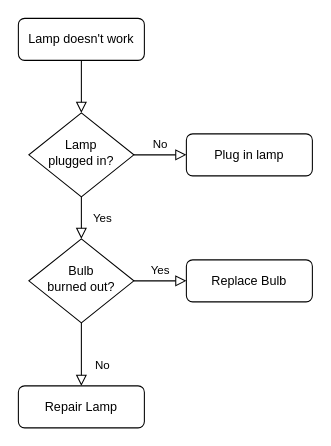
This is 未命名绘图.drawio from yumengmeng0/drowio-files, a draw.io file, before an edit. Source tidied: cells renumbered, new cells numbered last; positions are measured from the earlier drawing's top-left corner, leaving out a move shared by most shapes. Both pictures are drawn from the tidied source at 105%, with x=0, y=0 at pixel (18, 18).
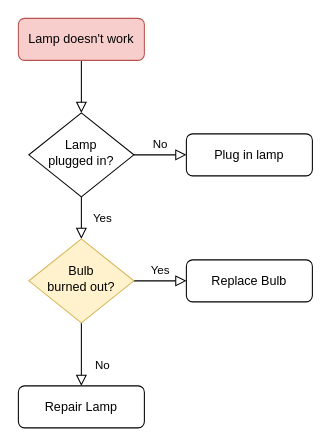
After the change.

Commit message:
更新未命名绘图.drawio

Change to the diagram source:
```diff
@@
 <mxGraphModel>
   <root>
     <mxCell id="0" />
     <mxCell id="1" parent="0" />
     <mxCell id="2" style="rounded=0;html=1;jettySize=auto;fontSize=11;endArrow=block;endFill=0;endSize=8;strokeWidth=1;shadow=0;labelBackgroundColor=none;edgeStyle=orthogonalEdgeStyle;" parent="1" edge="1" source="3" target="6">
       <mxGeometry relative="1" as="geometry" />
     </mxCell>
-    <mxCell id="3" value="Lamp doesn't work" style="rounded=1;whiteSpace=wrap;html=1;fontSize=12;glass=0;strokeWidth=1;shadow=0;" parent="1" vertex="1">
+    <mxCell id="3" value="Lamp doesn't work" style="rounded=1;whiteSpace=wrap;html=1;fontSize=12;glass=0;strokeWidth=1;shadow=0;fillColor=#f8cecc;strokeColor=#b85450;" parent="1" vertex="1">
       <mxGeometry width="120" height="40" as="geometry" />
     </mxCell>
     <mxCell id="4" value="Yes" style="rounded=0;html=1;jettySize=auto;fontSize=11;endArrow=block;endFill=0;endSize=8;strokeWidth=1;shadow=0;labelBackgroundColor=none;edgeStyle=orthogonalEdgeStyle;" parent="1" edge="1" source="6" target="10">
       <mxGeometry y="20" relative="1" as="geometry" />
     </mxCell>
     <mxCell id="5" value="No" style="edgeStyle=orthogonalEdgeStyle;rounded=0;html=1;jettySize=auto;fontSize=11;endArrow=block;endFill=0;endSize=8;strokeWidth=1;shadow=0;labelBackgroundColor=none;" parent="1" edge="1" source="6" target="7">
       <mxGeometry y="10" relative="1" as="geometry" />
     </mxCell>
     <mxCell id="6" value="Lamp&lt;br&gt;plugged in?" style="rhombus;whiteSpace=wrap;html=1;shadow=0;fontFamily=Helvetica;fontSize=12;align=center;strokeWidth=1;spacing=6;spacingTop=-4;" parent="1" vertex="1">
       <mxGeometry x="10" y="90" width="100" height="80" as="geometry" />
     </mxCell>
     <mxCell id="7" value="Plug in lamp" style="rounded=1;whiteSpace=wrap;html=1;fontSize=12;glass=0;strokeWidth=1;shadow=0;" parent="1" vertex="1">
       <mxGeometry x="160" y="110" width="120" height="40" as="geometry" />
     </mxCell>
     <mxCell id="8" value="No" style="rounded=0;html=1;jettySize=auto;fontSize=11;endArrow=block;endFill=0;endSize=8;strokeWidth=1;shadow=0;labelBackgroundColor=none;edgeStyle=orthogonalEdgeStyle;" parent="1" edge="1" source="10" target="11">
       <mxGeometry x="0.33" y="20" relative="1" as="geometry" />
     </mxCell>
     <mxCell id="9" value="Yes" style="edgeStyle=orthogonalEdgeStyle;rounded=0;html=1;jettySize=auto;fontSize=11;endArrow=block;endFill=0;endSize=8;strokeWidth=1;shadow=0;labelBackgroundColor=none;" parent="1" edge="1" source="10" target="12">
       <mxGeometry y="10" relative="1" as="geometry" />
     </mxCell>
-    <mxCell id="10" value="Bulb&lt;br&gt;burned out?" style="rhombus;whiteSpace=wrap;html=1;shadow=0;fontFamily=Helvetica;fontSize=12;align=center;strokeWidth=1;spacing=6;spacingTop=-4;" parent="1" vertex="1">
+    <mxCell id="10" value="Bulb&lt;br&gt;burned out?" style="rhombus;whiteSpace=wrap;html=1;shadow=0;fontFamily=Helvetica;fontSize=12;align=center;strokeWidth=1;spacing=6;spacingTop=-4;fillColor=#fff2cc;strokeColor=#d6b656;" parent="1" vertex="1">
       <mxGeometry x="10" y="210" width="100" height="80" as="geometry" />
     </mxCell>
     <mxCell id="11" value="Repair Lamp" style="rounded=1;whiteSpace=wrap;html=1;fontSize=12;glass=0;strokeWidth=1;shadow=0;" parent="1" vertex="1">
       <mxGeometry y="350" width="120" height="40" as="geometry" />
     </mxCell>
     <mxCell id="12" value="Replace Bulb" style="rounded=1;whiteSpace=wrap;html=1;fontSize=12;glass=0;strokeWidth=1;shadow=0;" parent="1" vertex="1">
       <mxGeometry x="160" y="230" width="120" height="40" as="geometry" />
     </mxCell>
   </root>
 </mxGraphModel>
```
